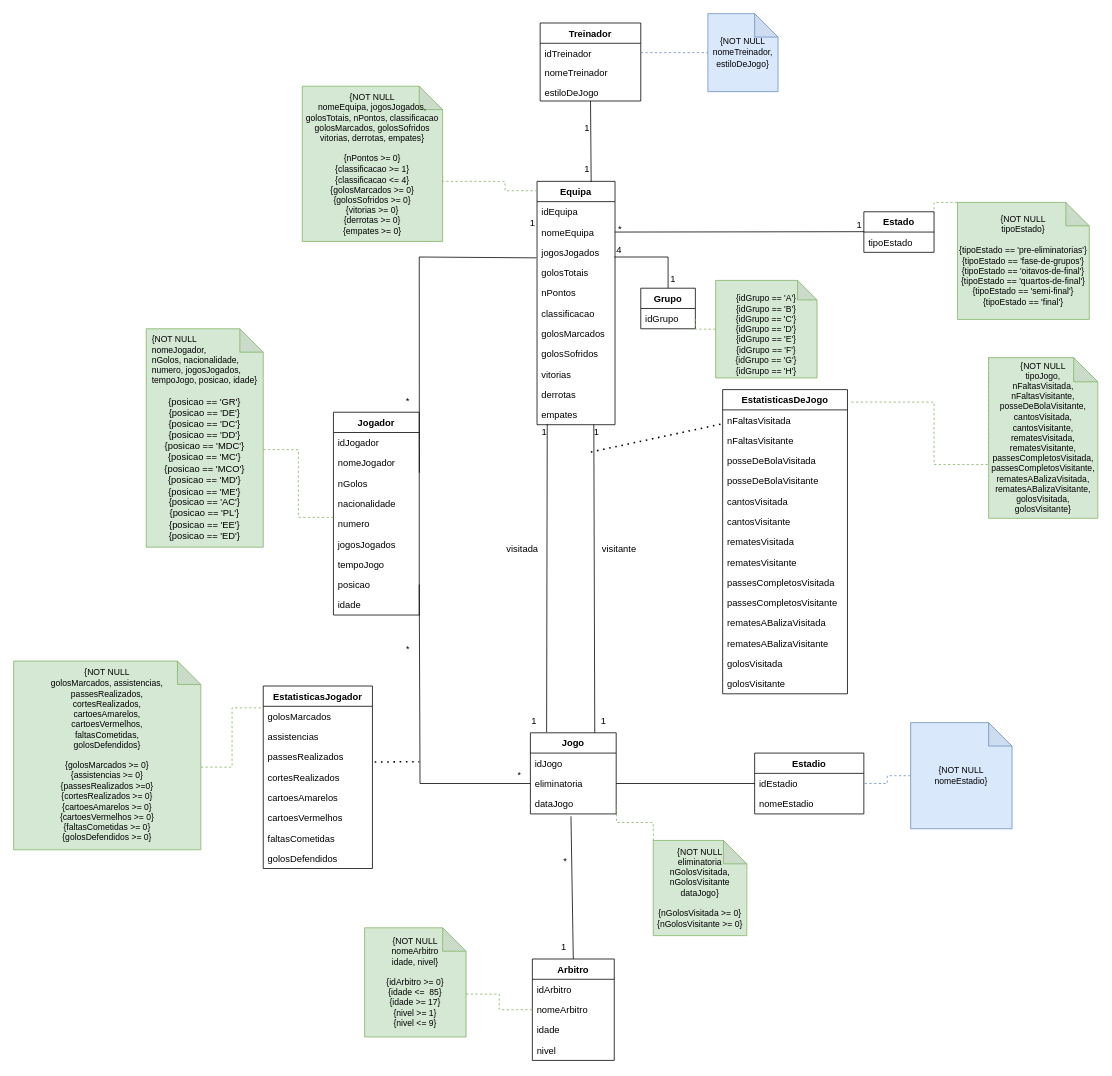
This is diagramaBixo.drawio from dratomitoma/BD, a draw.io file, before an edit. Source tidied: cells renumbered, new cells numbered last; positions are measured from the earlier drawing's top-left corner, leaving out a move shared by most shapes. Both pictures are drawn from the tidied source at 78%, with x=0, y=0 at pixel (13, 13).
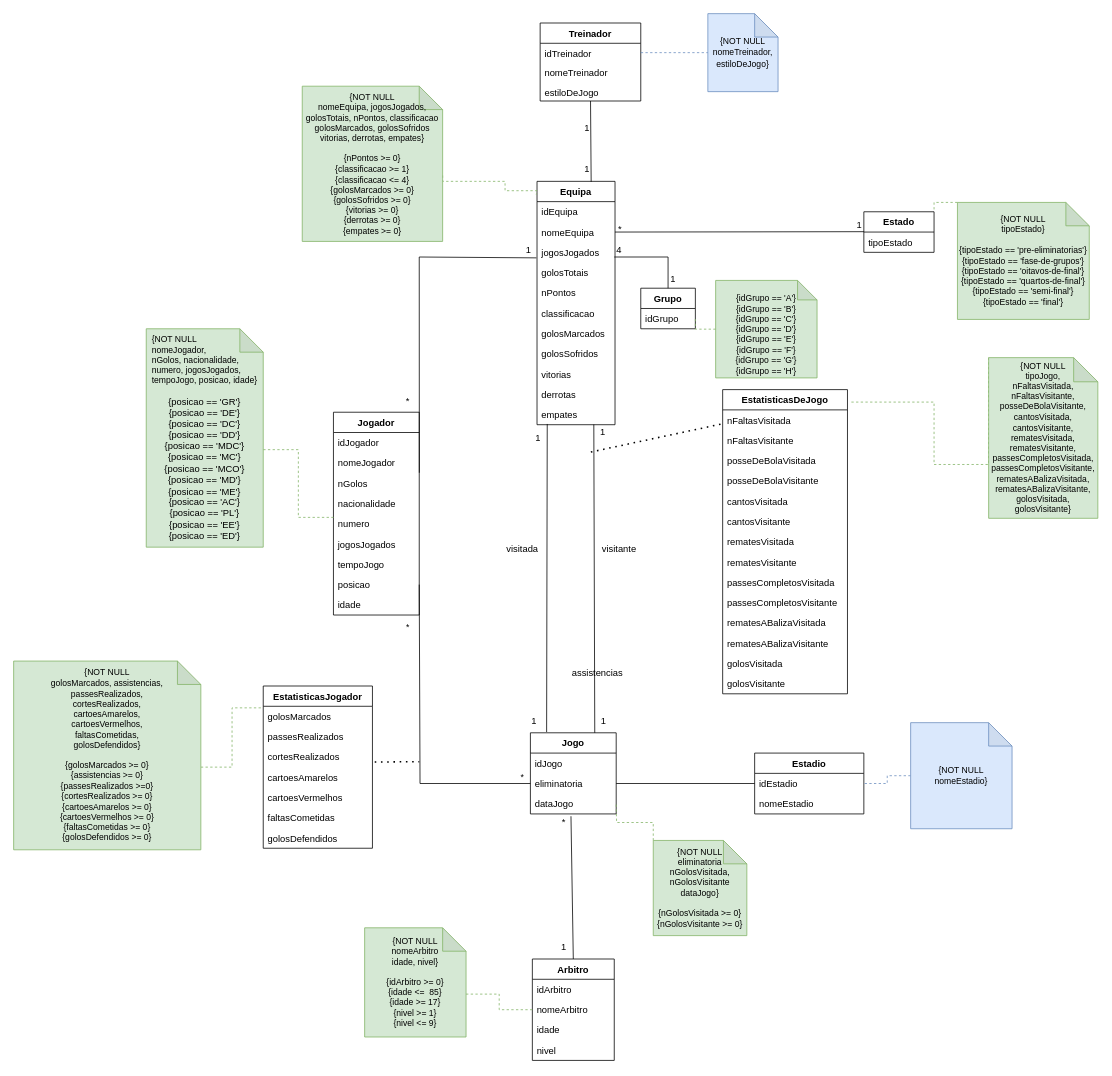
The same page after the edit.

Change to the diagram source:
```diff
@@
     <mxCell id="34" value="1" style="text;html=1;align=center;verticalAlign=middle;strokeColor=none;fillColor=none;" parent="1" vertex="1">
-      <mxGeometry x="650" y="254" width="30" height="30" as="geometry" />
+      <mxGeometry x="645" y="289" width="30" height="30" as="geometry" />
     </mxCell>
@@
-    <mxCell id="45" value="1" style="text;html=1;align=center;verticalAlign=middle;strokeColor=none;fillColor=none;" parent="1" vertex="1">
-      <mxGeometry x="665" y="522" width="30" height="30" as="geometry" />
-    </mxCell>
     <mxCell id="46" value="1" style="text;html=1;align=center;verticalAlign=middle;strokeColor=none;fillColor=none;" parent="1" vertex="1">
-      <mxGeometry x="732" y="522" width="30" height="30" as="geometry" />
+      <mxGeometry x="740" y="522" width="30" height="30" as="geometry" />
     </mxCell>
@@
     <mxCell id="64" value="EstatisticasJogador" style="swimlane;fontStyle=1;align=center;verticalAlign=top;horizontal=1;startSize=26;" parent="1" vertex="1">
-      <mxGeometry x="320" y="862" width="140" height="234" as="geometry" />
+      <mxGeometry x="320" y="862" width="140" height="208" as="geometry" />
     </mxCell>
@@
-    <mxCell id="66" value="assistencias" style="text;strokeColor=none;fillColor=none;align=left;verticalAlign=top;spacingLeft=4;spacingRight=4;overflow=hidden;" parent="64" vertex="1">
-      <mxGeometry y="52" width="140" height="26" as="geometry" />
-    </mxCell>
     <mxCell id="67" value="passesRealizados" style="text;strokeColor=none;fillColor=none;align=left;verticalAlign=top;spacingLeft=4;spacingRight=4;overflow=hidden;" parent="64" vertex="1">
-      <mxGeometry y="78" width="140" height="26" as="geometry" />
+      <mxGeometry y="52" width="140" height="26" as="geometry" />
     </mxCell>
     <mxCell id="68" value="cortesRealizados" style="text;strokeColor=none;fillColor=none;align=left;verticalAlign=top;spacingLeft=4;spacingRight=4;overflow=hidden;" parent="64" vertex="1">
-      <mxGeometry y="104" width="140" height="26" as="geometry" />
+      <mxGeometry y="78" width="140" height="26" as="geometry" />
     </mxCell>
     <mxCell id="69" value="cartoesAmarelos" style="text;strokeColor=none;fillColor=none;align=left;verticalAlign=top;spacingLeft=4;spacingRight=4;overflow=hidden;" parent="64" vertex="1">
-      <mxGeometry y="130" width="140" height="26" as="geometry" />
+      <mxGeometry y="104" width="140" height="26" as="geometry" />
     </mxCell>
     <mxCell id="70" value="cartoesVermelhos" style="text;strokeColor=none;fillColor=none;align=left;verticalAlign=top;spacingLeft=4;spacingRight=4;overflow=hidden;" parent="64" vertex="1">
-      <mxGeometry y="156" width="140" height="26" as="geometry" />
+      <mxGeometry y="130" width="140" height="26" as="geometry" />
     </mxCell>
     <mxCell id="71" value="faltasCometidas" style="text;strokeColor=none;fillColor=none;align=left;verticalAlign=top;spacingLeft=4;spacingRight=4;overflow=hidden;" parent="64" vertex="1">
-      <mxGeometry y="182" width="140" height="26" as="geometry" />
+      <mxGeometry y="156" width="140" height="26" as="geometry" />
     </mxCell>
     <mxCell id="72" value="golosDefendidos" style="text;strokeColor=none;fillColor=none;align=left;verticalAlign=top;spacingLeft=4;spacingRight=4;overflow=hidden;" parent="64" vertex="1">
-      <mxGeometry y="208" width="140" height="26" as="geometry" />
+      <mxGeometry y="182" width="140" height="26" as="geometry" />
     </mxCell>
@@
     <mxCell id="97" value="*" style="text;html=1;align=center;verticalAlign=middle;strokeColor=none;fillColor=none;" parent="1" vertex="1">
-      <mxGeometry x="692" y="1072" width="30" height="30" as="geometry" />
+      <mxGeometry x="690" y="1022" width="30" height="30" as="geometry" />
     </mxCell>
@@
     <mxCell id="109" value="*" style="text;html=1;align=center;verticalAlign=middle;strokeColor=none;fillColor=none;fontSize=11;" parent="1" vertex="1">
-      <mxGeometry x="632.5" y="962" width="30" height="30" as="geometry" />
+      <mxGeometry x="637" y="964" width="30" height="30" as="geometry" />
     </mxCell>
     <mxCell id="110" value="*" style="text;html=1;align=center;verticalAlign=middle;strokeColor=none;fillColor=none;fontSize=11;" parent="1" vertex="1">
-      <mxGeometry x="490" y="800" width="30" height="30" as="geometry" />
+      <mxGeometry x="490" y="772" width="30" height="30" as="geometry" />
     </mxCell>
@@
+    <mxCell id="45" value="1" style="text;html=1;align=center;verticalAlign=middle;strokeColor=none;fillColor=none;" parent="1" vertex="1">
+      <mxGeometry x="622" y="529" width="100" height="30" as="geometry" />
+    </mxCell>
+    <mxCell id="66" value="assistencias" style="text;strokeColor=none;fillColor=none;align=left;verticalAlign=top;spacingLeft=4;spacingRight=4;overflow=hidden;" parent="1" vertex="1">
+      <mxGeometry x="710" y="832" width="140" height="26" as="geometry" />
+    </mxCell>
```
